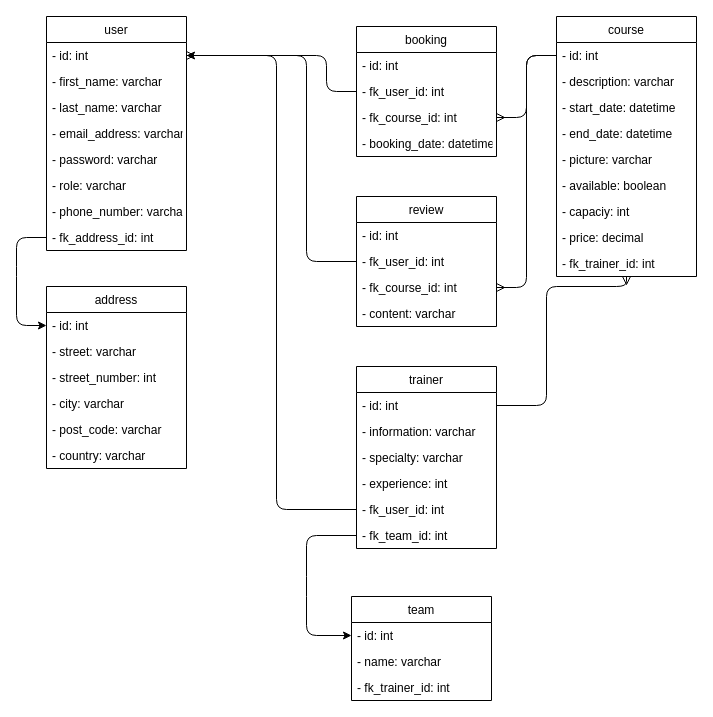
The draw.io diagram page "Copy of 3-rd_NF" (5 of 5) of db.drawio in Keltroz/Full-Stck-Project, before the edit. Source tidied: cells renumbered, new cells numbered last; positions are measured from the earlier drawing's top-left corner, leaving out a move shared by most shapes. Both pictures are drawn from the tidied source at 100%, with x=0, y=0 at pixel (16, 16).
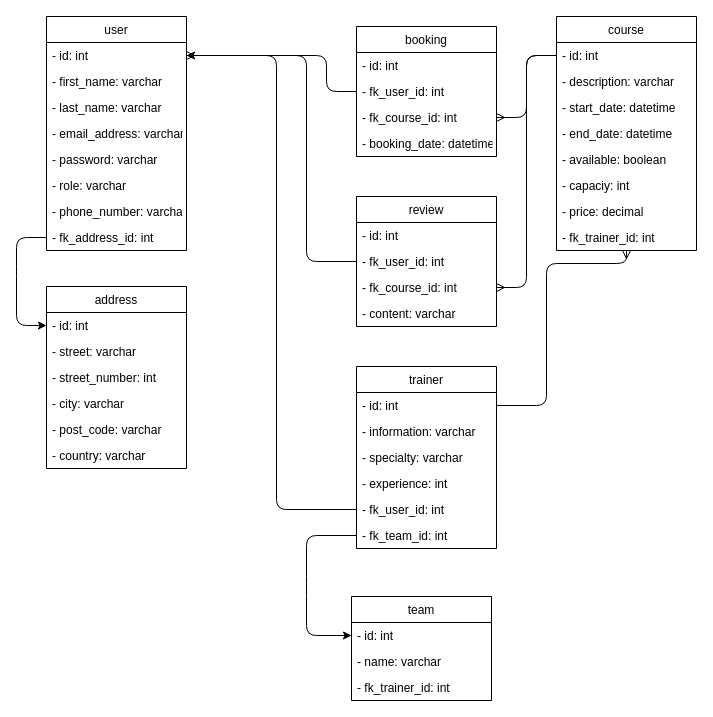
Above is the later version.

The change refers to these unchanged cells:
```xml
<mxCell id="29" value="- id: int" style="text;strokeColor=none;fillColor=none;align=left;verticalAlign=top;spacingLeft=4;spacingRight=4;overflow=hidden;points=[[0,0.5],[1,0.5]];portConstraint=eastwest;" parent="28" vertex="1">
  <mxGeometry y="26" width="140" height="26" as="geometry" />
</mxCell>
```

What changed in the source:
```diff
@@
     <mxCell id="11" value="course" style="swimlane;fontStyle=0;horizontal=1;startSize=26;fillColor=none;" parent="1" vertex="1">
-      <mxGeometry x="540" width="140" height="260" as="geometry" />
+      <mxGeometry x="540" width="140" height="234" as="geometry" />
     </mxCell>
@@
-    <mxCell id="16" value="- picture: varchar" style="text;strokeColor=none;fillColor=none;align=left;verticalAlign=top;spacingLeft=4;spacingRight=4;overflow=hidden;" parent="11" vertex="1">
-      <mxGeometry y="130" width="140" height="26" as="geometry" />
-    </mxCell>
     <mxCell id="17" value="- available: boolean" style="text;strokeColor=none;fillColor=none;align=left;verticalAlign=top;spacingLeft=4;spacingRight=4;overflow=hidden;" parent="11" vertex="1">
-      <mxGeometry y="156" width="140" height="26" as="geometry" />
+      <mxGeometry y="130" width="140" height="26" as="geometry" />
     </mxCell>
     <mxCell id="18" value="- capaciy: int" style="text;strokeColor=none;fillColor=none;align=left;verticalAlign=top;spacingLeft=4;spacingRight=4;overflow=hidden;" parent="11" vertex="1">
-      <mxGeometry y="182" width="140" height="26" as="geometry" />
+      <mxGeometry y="156" width="140" height="26" as="geometry" />
     </mxCell>
-    <mxCell id="19" value="- price: decimal" style="text;strokeColor=none;fillColor=none;align=left;verticalAlign=top;spacingLeft=4;spacingRight=4;overflow=hidden;" parent="11" vertex="1">
-      <mxGeometry y="208" width="140" height="26" as="geometry" />
-    </mxCell>
+    <mxCell id="16" value="- price: decimal" style="text;strokeColor=none;fillColor=none;align=left;verticalAlign=top;spacingLeft=4;spacingRight=4;overflow=hidden;" parent="11" vertex="1">
+      <mxGeometry y="182" width="140" height="26" as="geometry" />
+    </mxCell>
     <mxCell id="20" value="- fk_trainer_id: int" style="text;strokeColor=none;fillColor=none;align=left;verticalAlign=top;spacingLeft=4;spacingRight=4;overflow=hidden;points=[[0,0.5],[1,0.5]];portConstraint=eastwest;" parent="11" vertex="1">
-      <mxGeometry y="234" width="140" height="26" as="geometry" />
+      <mxGeometry y="208" width="140" height="26" as="geometry" />
     </mxCell>
@@
     <mxCell id="35" style="edgeStyle=orthogonalEdgeStyle;html=1;startArrow=ERmany;startFill=0;endArrow=none;endFill=0;entryX=1;entryY=0.5;entryDx=0;entryDy=0;" parent="1" edge="1" source="20" target="29">
       <mxGeometry relative="1" as="geometry">
         <Array as="points">
-          <mxPoint x="530" y="270" />
+          <mxPoint x="530" y="247" />
           <mxPoint x="530" y="389" />
         </Array>
       </mxGeometry>
     </mxCell>
```
